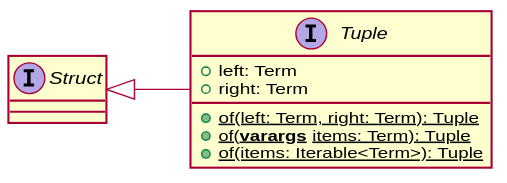
Before: img/tuple.svg, a diagram exported from PlantUML (gciatto-unibo/2p-kt-presentation). The source it was exported from:
```plantuml
@startuml
left to right direction
skinparam shadowing false

interface Struct

interface Tuple {
  + left: Term
  + right: Term
  + {static} of(left: Term, right: Term): Tuple
  + {static} of(**varargs** items: Term): Tuple
  + {static} of(items: Iterable<Term>): Tuple
}

Struct <|-- Tuple
@enduml
```
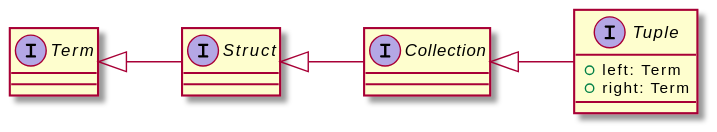
The same diagram one commit later.

The edit, as a diff of the source:
```diff
@@ -1,16 +1,17 @@
 @startuml
 left to right direction
-skinparam shadowing false
 
+interface Term
 interface Struct
+interface Collection
 
 interface Tuple {
   + left: Term
   + right: Term
-  + {static} of(left: Term, right: Term): Tuple
-  + {static} of(**varargs** items: Term): Tuple
-  + {static} of(items: Iterable<Term>): Tuple
 }
 
-Struct <|-- Tuple
+Term <|-- Struct
+Struct <|-- Collection
+
+Collection <|-- Tuple
 @enduml
```
